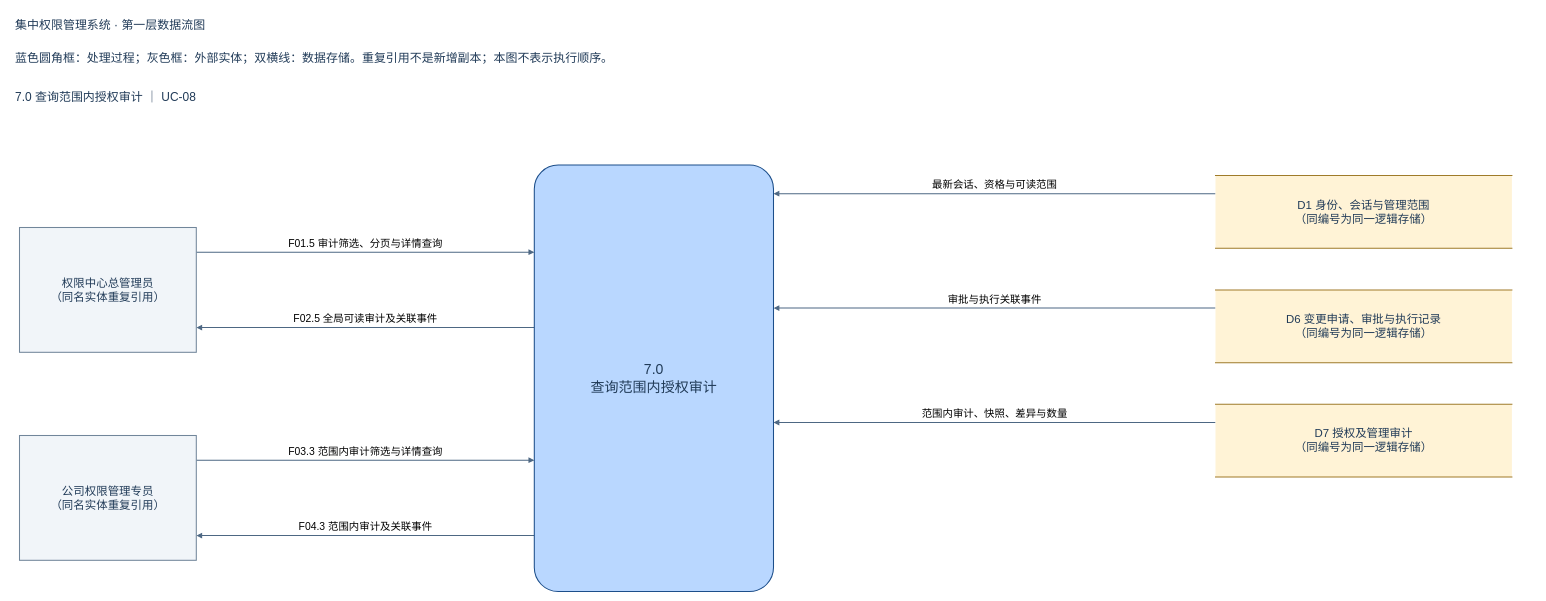
The draw.io diagram docs/dataflows-v1/P7_第一层分区.drawio in Noah-hope/RBAC-admin, before the edit. Source tidied: cells renumbered, new cells numbered last; positions are measured from the earlier drawing's top-left corner, leaving out a move shared by most shapes. Both pictures are drawn from the tidied source at 52%, with x=0, y=0 at pixel (9, 9).
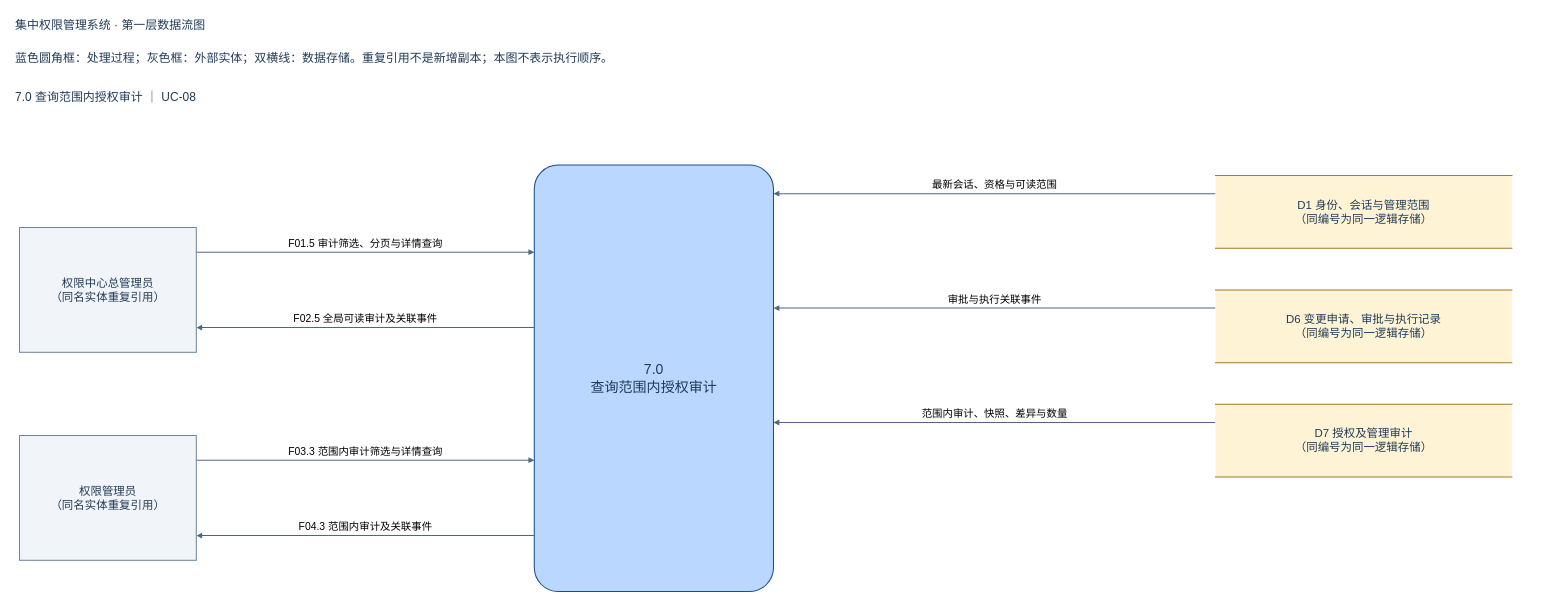
After the change.

Diff of the diagram source:
```diff
@@
-    <mxCell id="14" value="公司权限管理专员&lt;br&gt;（同名实体重复引用）" style="html=1;whiteSpace=wrap;fontFamily=Microsoft YaHei;fontSize=22;fontColor=#213b58;align=center;verticalAlign=middle;strokeWidth=2;spacing=12;rounded=0;fillColor=#f1f5f9;strokeColor=#71869a;" parent="1" vertex="1">
+    <mxCell id="14" value="权限管理员&lt;br&gt;（同名实体重复引用）" style="html=1;whiteSpace=wrap;fontFamily=Microsoft YaHei;fontSize=22;fontColor=#213b58;align=center;verticalAlign=middle;strokeWidth=2;spacing=12;rounded=0;fillColor=#f1f5f9;strokeColor=#71869a;" parent="1" vertex="1">
       <mxGeometry x="20" y="820" width="340" height="240" as="geometry" />
     </mxCell>
```
